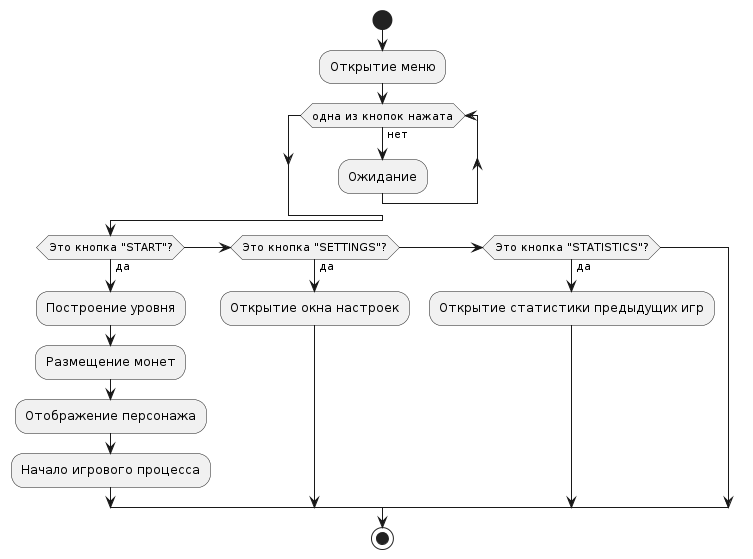
This is docs/menu.png from Muuuve/My-Project, a PlantUML export, as it was before one commit.
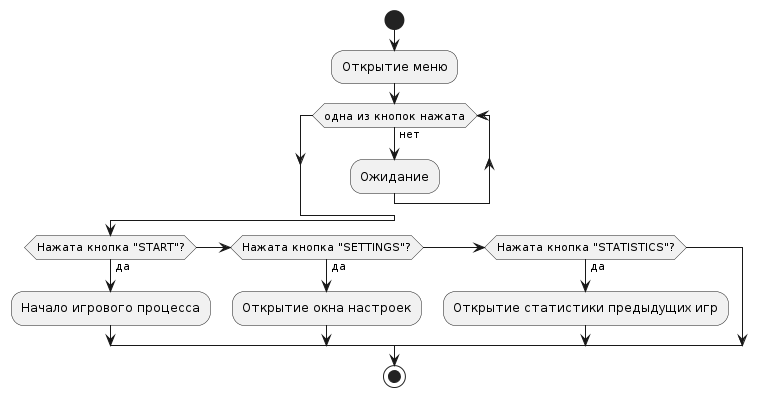
Later version of the same file.

What changed in the source:
```diff
@@ -6,14 +6,11 @@
     :Ожидание;
 endwhile
 
-if (Это кнопка "START"?) then (да)
-  :Построение уровня;
-  :Размещение монет;
-  :Отображение персонажа;
+if (Нажата кнопка "START"?) then (да)
   :Начало игрового процесса;
-elseif (Это кнопка "SETTINGS"?) then (да)
+elseif (Нажата кнопка "SETTINGS"?) then (да)
   :Открытие окна настроек;
-elseif (Это кнопка "STATISTICS"?) then (да)
+elseif (Нажата кнопка "STATISTICS"?) then (да)
   :Открытие статистики предыдущих игр;
 endif
 
```
